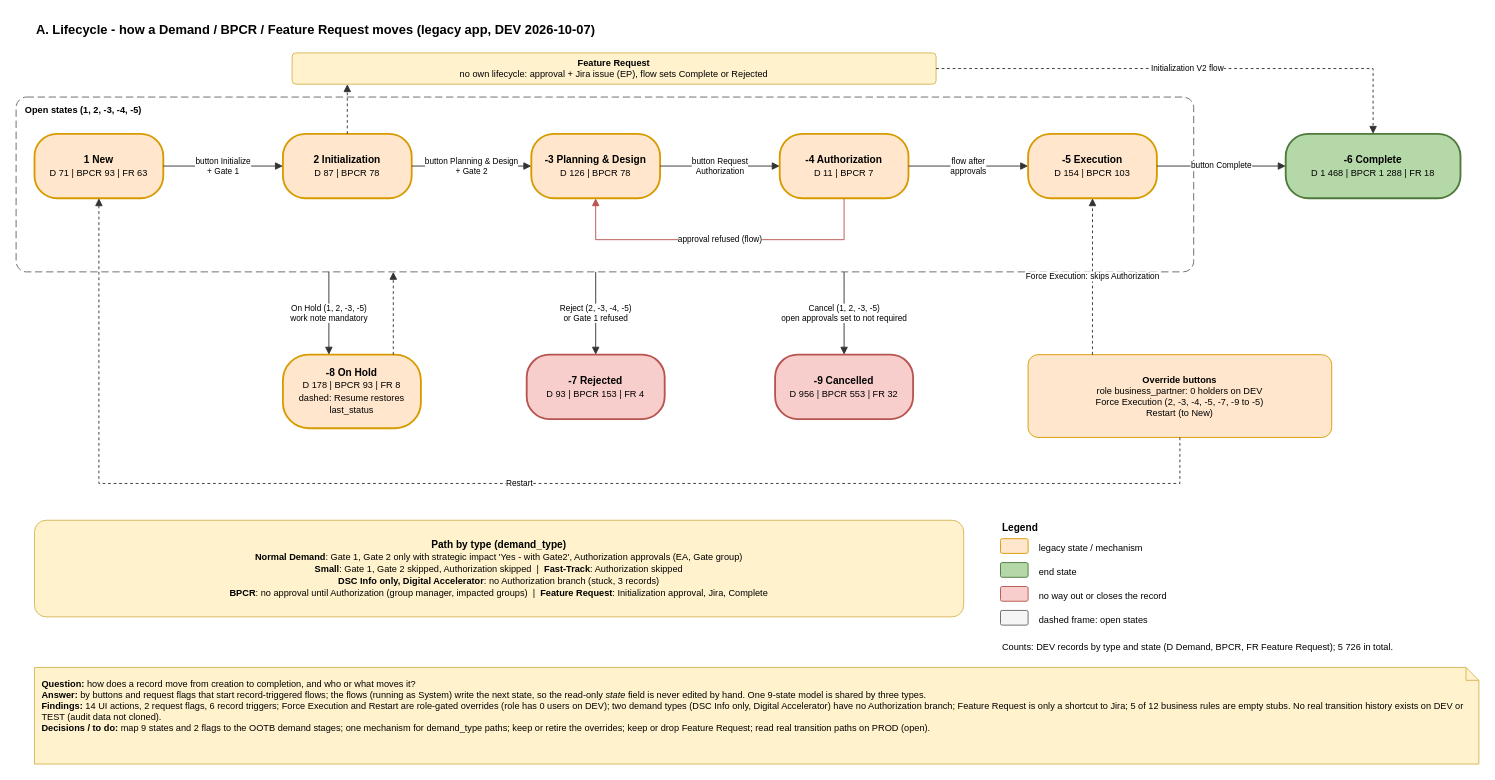
Earlier version of the draw.io diagram page "states" (2 of 3) of SarDm.drawio (algimas/tmp). Source tidied: cells renumbered, new cells numbered last; positions are measured from the earlier drawing's top-left corner, leaving out a move shared by most shapes. Both pictures are drawn from the tidied source at 92%, with x=0, y=0 at pixel (16, 16).
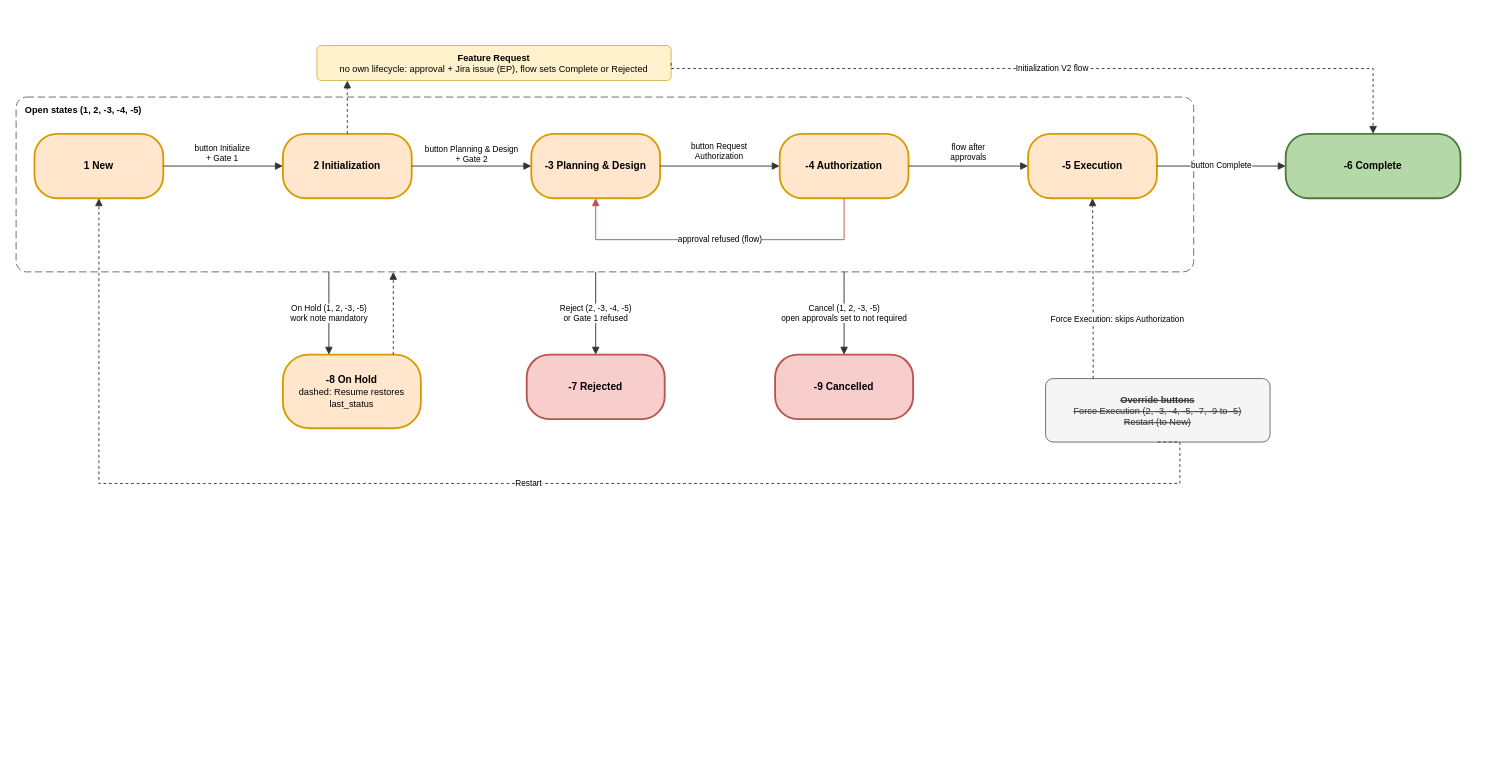
The same diagram, later.

What changed in the source:
```diff
@@
-    <mxCell id="2" value="&lt;b&gt;A. Lifecycle - how a Demand / BPCR / Feature Request moves (legacy app, DEV 2026-10-07)&lt;/b&gt;" style="text;html=1;whiteSpace=wrap;align=left;verticalAlign=top;fontSize=14;" parent="1" vertex="1">
-      <mxGeometry x="20" width="1500" height="24" as="geometry" />
-    </mxCell>
@@
-    <mxCell id="4" value="&lt;b&gt;1 New&lt;/b&gt;&lt;br&gt;&lt;font style='font-size:10px'&gt;D 71 | BPCR 93 | FR 63&lt;/font&gt;" style="rounded=1;arcSize=35;whiteSpace=wrap;html=1;fillColor=#ffe6cc;strokeColor=#d79b00;strokeWidth=2;fontSize=11;align=center;verticalAlign=middle;spacing=4;" parent="1" vertex="1">
+    <mxCell id="4" value="&lt;b&gt;1 New&lt;/b&gt;" style="rounded=1;arcSize=35;whiteSpace=wrap;html=1;fillColor=#ffe6cc;strokeColor=#d79b00;strokeWidth=2;fontSize=11;align=center;verticalAlign=middle;spacing=4;" parent="1" vertex="1">
       <mxGeometry x="20" y="128" width="140" height="70" as="geometry" />
     </mxCell>
-    <mxCell id="5" value="&lt;b&gt;2 Initialization&lt;/b&gt;&lt;br&gt;&lt;font style='font-size:10px'&gt;D 87 | BPCR 78&lt;/font&gt;" style="rounded=1;arcSize=35;whiteSpace=wrap;html=1;fillColor=#ffe6cc;strokeColor=#d79b00;strokeWidth=2;fontSize=11;align=center;verticalAlign=middle;spacing=4;" parent="1" vertex="1">
+    <mxCell id="5" value="&lt;b&gt;2 Initialization&lt;/b&gt;" style="rounded=1;arcSize=35;whiteSpace=wrap;html=1;fillColor=#ffe6cc;strokeColor=#d79b00;strokeWidth=2;fontSize=11;align=center;verticalAlign=middle;spacing=4;" parent="1" vertex="1">
       <mxGeometry x="290" y="128" width="140" height="70" as="geometry" />
     </mxCell>
-    <mxCell id="6" value="&lt;b&gt;-3 Planning &amp;amp; Design&lt;/b&gt;&lt;br&gt;&lt;font style='font-size:10px'&gt;D 126 | BPCR 78&lt;/font&gt;" style="rounded=1;arcSize=35;whiteSpace=wrap;html=1;fillColor=#ffe6cc;strokeColor=#d79b00;strokeWidth=2;fontSize=11;align=center;verticalAlign=middle;spacing=4;" parent="1" vertex="1">
+    <mxCell id="6" value="&lt;b&gt;-3 Planning &amp;amp; Design&lt;/b&gt;" style="rounded=1;arcSize=35;whiteSpace=wrap;html=1;fillColor=#ffe6cc;strokeColor=#d79b00;strokeWidth=2;fontSize=11;align=center;verticalAlign=middle;spacing=4;" parent="1" vertex="1">
       <mxGeometry x="560" y="128" width="140" height="70" as="geometry" />
     </mxCell>
-    <mxCell id="7" value="&lt;b&gt;-4 Authorization&lt;/b&gt;&lt;br&gt;&lt;font style='font-size:10px'&gt;D 11 | BPCR 7&lt;/font&gt;" style="rounded=1;arcSize=35;whiteSpace=wrap;html=1;fillColor=#ffe6cc;strokeColor=#d79b00;strokeWidth=2;fontSize=11;align=center;verticalAlign=middle;spacing=4;" parent="1" vertex="1">
+    <mxCell id="7" value="&lt;b&gt;-4 Authorization&lt;/b&gt;" style="rounded=1;arcSize=35;whiteSpace=wrap;html=1;fillColor=#ffe6cc;strokeColor=#d79b00;strokeWidth=2;fontSize=11;align=center;verticalAlign=middle;spacing=4;" parent="1" vertex="1">
       <mxGeometry x="830" y="128" width="140" height="70" as="geometry" />
     </mxCell>
-    <mxCell id="8" value="&lt;b&gt;-5 Execution&lt;/b&gt;&lt;br&gt;&lt;font style='font-size:10px'&gt;D 154 | BPCR 103&lt;/font&gt;" style="rounded=1;arcSize=35;whiteSpace=wrap;html=1;fillColor=#ffe6cc;strokeColor=#d79b00;strokeWidth=2;fontSize=11;align=center;verticalAlign=middle;spacing=4;" parent="1" vertex="1">
+    <mxCell id="8" value="&lt;b&gt;-5 Execution&lt;/b&gt;" style="rounded=1;arcSize=35;whiteSpace=wrap;html=1;fillColor=#ffe6cc;strokeColor=#d79b00;strokeWidth=2;fontSize=11;align=center;verticalAlign=middle;spacing=4;" parent="1" vertex="1">
       <mxGeometry x="1100" y="128" width="140" height="70" as="geometry" />
     </mxCell>
-    <mxCell id="9" value="&lt;b&gt;-6 Complete&lt;/b&gt;&lt;br&gt;&lt;font style='font-size:10px'&gt;D 1 468 | BPCR 1 288 | FR 18&lt;/font&gt;" style="rounded=1;arcSize=35;whiteSpace=wrap;html=1;fillColor=#b5d8a8;strokeColor=#4d7a3a;strokeWidth=2;fontSize=11;align=center;verticalAlign=middle;spacing=4;" parent="1" vertex="1">
+    <mxCell id="9" value="&lt;b&gt;-6 Complete&lt;/b&gt;" style="rounded=1;arcSize=35;whiteSpace=wrap;html=1;fillColor=#b5d8a8;strokeColor=#4d7a3a;strokeWidth=2;fontSize=11;align=center;verticalAlign=middle;spacing=4;" parent="1" vertex="1">
       <mxGeometry x="1380" y="128" width="190" height="70" as="geometry" />
     </mxCell>
     <mxCell id="10" value="&lt;b&gt;Feature Request&lt;/b&gt;&lt;br&gt;&lt;font style='font-size:10px'&gt;no own lifecycle: approval + Jira issue (EP), flow sets Complete or Rejected&lt;/font&gt;" style="rounded=1;arcSize=12;whiteSpace=wrap;html=1;fillColor=#fff2cc;strokeColor=#d6b656;fontSize=10;align=center;verticalAlign=middle;spacing=4;" parent="1" vertex="1">
-      <mxGeometry x="300" y="40" width="700" height="34" as="geometry" />
+      <mxGeometry x="327" y="32" width="385" height="38" as="geometry" />
     </mxCell>
-    <mxCell id="11" value="&lt;b&gt;-8 On Hold&lt;/b&gt;&lt;br&gt;&lt;font style='font-size:10px'&gt;D 178 | BPCR 93 | FR 8&lt;br&gt;dashed: Resume restores last_status&lt;/font&gt;" style="rounded=1;arcSize=35;whiteSpace=wrap;html=1;fillColor=#ffe6cc;strokeColor=#d79b00;strokeWidth=2;fontSize=11;align=center;verticalAlign=middle;spacing=4;" parent="1" vertex="1">
+    <mxCell id="11" value="&lt;b&gt;-8 On Hold&lt;/b&gt;&lt;font style=&quot;font-size:10px&quot;&gt;&lt;br&gt;dashed: Resume restores last_status&lt;/font&gt;" style="rounded=1;arcSize=35;whiteSpace=wrap;html=1;fillColor=#ffe6cc;strokeColor=#d79b00;strokeWidth=2;fontSize=11;align=center;verticalAlign=middle;spacing=4;" parent="1" vertex="1">
       <mxGeometry x="290" y="368" width="150" height="80" as="geometry" />
     </mxCell>
-    <mxCell id="12" value="&lt;b&gt;-7 Rejected&lt;/b&gt;&lt;br&gt;&lt;font style='font-size:10px'&gt;D 93 | BPCR 153 | FR 4&lt;/font&gt;" style="rounded=1;arcSize=35;whiteSpace=wrap;html=1;fillColor=#f8cecc;strokeColor=#b85450;strokeWidth=2;fontSize=11;align=center;verticalAlign=middle;spacing=4;" parent="1" vertex="1">
+    <mxCell id="12" value="&lt;b&gt;-7 Rejected&lt;/b&gt;" style="rounded=1;arcSize=35;whiteSpace=wrap;html=1;fillColor=#f8cecc;strokeColor=#b85450;strokeWidth=2;fontSize=11;align=center;verticalAlign=middle;spacing=4;" parent="1" vertex="1">
       <mxGeometry x="555" y="368" width="150" height="70" as="geometry" />
     </mxCell>
-    <mxCell id="13" value="&lt;b&gt;-9 Cancelled&lt;/b&gt;&lt;br&gt;&lt;font style='font-size:10px'&gt;D 956 | BPCR 553 | FR 32&lt;/font&gt;" style="rounded=1;arcSize=35;whiteSpace=wrap;html=1;fillColor=#f8cecc;strokeColor=#b85450;strokeWidth=2;fontSize=11;align=center;verticalAlign=middle;spacing=4;" parent="1" vertex="1">
+    <mxCell id="13" value="&lt;b&gt;-9 Cancelled&lt;/b&gt;" style="rounded=1;arcSize=35;whiteSpace=wrap;html=1;fillColor=#f8cecc;strokeColor=#b85450;strokeWidth=2;fontSize=11;align=center;verticalAlign=middle;spacing=4;" parent="1" vertex="1">
       <mxGeometry x="825" y="368" width="150" height="70" as="geometry" />
     </mxCell>
-    <mxCell id="14" value="&lt;b&gt;Override buttons&lt;/b&gt;&lt;br&gt;&lt;font style='font-size:10px'&gt;role business_partner: 0 holders on DEV&lt;br&gt;Force Execution (2, -3, -4, -5, -7, -9 to -5)&lt;br&gt;Restart (to New)&lt;/font&gt;" style="rounded=1;arcSize=12;whiteSpace=wrap;html=1;fillColor=#ffe6cc;strokeColor=#d79b00;fontSize=10;align=center;verticalAlign=middle;spacing=4;" parent="1" vertex="1">
-      <mxGeometry x="1100" y="368" width="330" height="90" as="geometry" />
+    <mxCell id="14" value="&lt;strike&gt;&lt;b&gt;Override buttons&lt;/b&gt;&lt;font style=&quot;font-size:10px&quot;&gt;&lt;br&gt;Force Execution (2, -3, -4, -5, -7, -9 to -5)&lt;br&gt;Restart (to New)&lt;/font&gt;&lt;/strike&gt;" style="rounded=1;arcSize=12;whiteSpace=wrap;html=1;fillColor=#f5f5f5;strokeColor=#666666;fontSize=10;align=center;verticalAlign=middle;spacing=4;fontColor=#333333;" parent="1" vertex="1">
+      <mxGeometry x="1119" y="394" width="244" height="69" as="geometry" />
     </mxCell>
-    <mxCell id="15" value="&lt;b&gt;Path by type (demand_type)&lt;/b&gt;&lt;br&gt;&lt;font style='font-size:10px'&gt;&lt;b&gt;Normal Demand&lt;/b&gt;: Gate 1, Gate 2 only with strategic impact 'Yes - with Gate2', Authorization approvals (EA, Gate group)&lt;br&gt;&lt;b&gt;Small&lt;/b&gt;: Gate 1, Gate 2 skipped, Authorization skipped &amp;nbsp;|&amp;nbsp; &lt;b&gt;Fast-Track&lt;/b&gt;: Authorization skipped&lt;br&gt;&lt;b&gt;DSC Info only, Digital Accelerator&lt;/b&gt;: no Authorization branch (stuck, 3 records)&lt;br&gt;&lt;b&gt;BPCR&lt;/b&gt;: no approval until Authorization (group manager, impacted groups) &amp;nbsp;|&amp;nbsp; &lt;b&gt;Feature Request&lt;/b&gt;: Initialization approval, Jira, Complete&lt;/font&gt;" style="rounded=1;arcSize=12;whiteSpace=wrap;html=1;fillColor=#fff2cc;strokeColor=#d6b656;fontSize=11;align=center;verticalAlign=middle;spacing=4;" parent="1" vertex="1">
-      <mxGeometry x="20" y="548" width="1010" height="105" as="geometry" />
-    </mxCell>
-    <mxCell id="16" value="&lt;b&gt;Legend&lt;/b&gt;" style="text;html=1;whiteSpace=wrap;align=left;verticalAlign=top;fontSize=11;" parent="1" vertex="1">
-      <mxGeometry x="1070" y="543" width="200" height="18" as="geometry" />
-    </mxCell>
-    <mxCell id="17" style="rounded=1;arcSize=12;whiteSpace=wrap;html=1;fillColor=#ffe6cc;strokeColor=#d79b00;fontSize=11;align=center;verticalAlign=middle;spacing=4;" parent="1" vertex="1">
-      <mxGeometry x="1070" y="568" width="30" height="16" as="geometry" />
-    </mxCell>
-    <mxCell id="18" value="legacy state / mechanism" style="text;html=1;whiteSpace=wrap;align=left;verticalAlign=top;fontSize=10;" parent="1" vertex="1">
-      <mxGeometry x="1110" y="566" width="360" height="18" as="geometry" />
-    </mxCell>
-    <mxCell id="19" style="rounded=1;arcSize=12;whiteSpace=wrap;html=1;fillColor=#b5d8a8;strokeColor=#4d7a3a;fontSize=11;align=center;verticalAlign=middle;spacing=4;" parent="1" vertex="1">
-      <mxGeometry x="1070" y="594" width="30" height="16" as="geometry" />
-    </mxCell>
-    <mxCell id="20" value="end state" style="text;html=1;whiteSpace=wrap;align=left;verticalAlign=top;fontSize=10;" parent="1" vertex="1">
-      <mxGeometry x="1110" y="592" width="360" height="18" as="geometry" />
-    </mxCell>
-    <mxCell id="21" style="rounded=1;arcSize=12;whiteSpace=wrap;html=1;fillColor=#f8cecc;strokeColor=#b85450;fontSize=11;align=center;verticalAlign=middle;spacing=4;" parent="1" vertex="1">
-      <mxGeometry x="1070" y="620" width="30" height="16" as="geometry" />
-    </mxCell>
-    <mxCell id="22" value="no way out or closes the record" style="text;html=1;whiteSpace=wrap;align=left;verticalAlign=top;fontSize=10;" parent="1" vertex="1">
-      <mxGeometry x="1110" y="618" width="360" height="18" as="geometry" />
-    </mxCell>
-    <mxCell id="23" style="rounded=1;arcSize=12;whiteSpace=wrap;html=1;fillColor=#f5f5f5;strokeColor=#666666;fontSize=11;align=center;verticalAlign=middle;spacing=4;" parent="1" vertex="1">
-      <mxGeometry x="1070" y="646" width="30" height="16" as="geometry" />
-    </mxCell>
-    <mxCell id="24" value="dashed frame: open states" style="text;html=1;whiteSpace=wrap;align=left;verticalAlign=top;fontSize=10;" parent="1" vertex="1">
-      <mxGeometry x="1110" y="644" width="360" height="18" as="geometry" />
-    </mxCell>
-    <mxCell id="25" value="Counts: DEV records by type and state (D Demand, BPCR, FR Feature Request); 5 726 in total." style="text;html=1;whiteSpace=wrap;align=left;verticalAlign=top;fontSize=10;" parent="1" vertex="1">
-      <mxGeometry x="1070" y="674" width="520" height="18" as="geometry" />
-    </mxCell>
-    <mxCell id="26" value="&lt;b&gt;Question:&lt;/b&gt; how does a record move from creation to completion, and who or what moves it?&lt;br&gt;&lt;b&gt;Answer:&lt;/b&gt; by buttons and request flags that start record-triggered flows; the flows (running as System) write the next state, so the read-only &lt;i&gt;state&lt;/i&gt; field is never edited by hand. One 9-state model is shared by three types.&lt;br&gt;&lt;b&gt;Findings:&lt;/b&gt; 14 UI actions, 2 request flags, 6 record triggers; Force Execution and Restart are role-gated overrides (role has 0 users on DEV); two demand types (DSC Info only, Digital Accelerator) have no Authorization branch; Feature Request is only a shortcut to Jira; 5 of 12 business rules are empty stubs. No real transition history exists on DEV or TEST (audit data not cloned).&lt;br&gt;&lt;b&gt;Decisions / to do:&lt;/b&gt; map 9 states and 2 flags to the OOTB demand stages; one mechanism for demand_type paths; keep or retire the overrides; keep or drop Feature Request; read real transition paths on PROD (open)." style="shape=note;whiteSpace=wrap;html=1;size=14;fillColor=#fff2cc;strokeColor=#d6b656;align=left;verticalAlign=top;spacing=8;fontSize=10;" parent="1" vertex="1">
-      <mxGeometry x="20" y="708" width="1570" height="105" as="geometry" />
-    </mxCell>
     <mxCell id="27" value="button Initialize&lt;br&gt;+ Gate 1" style="edgeStyle=orthogonalEdgeStyle;rounded=0;html=1;fontSize=9;labelBackgroundColor=#ffffff;strokeColor=#333333;endArrow=block;endFill=1;" parent="1" edge="1" source="4" target="5">
-      <mxGeometry relative="1" as="geometry" />
+      <mxGeometry x="-0.02" y="14" relative="1" as="geometry" />
     </mxCell>
     <mxCell id="28" value="button Planning &amp;amp; Design&lt;br&gt;+ Gate 2" style="edgeStyle=orthogonalEdgeStyle;rounded=0;html=1;fontSize=9;labelBackgroundColor=#ffffff;strokeColor=#333333;endArrow=block;endFill=1;" parent="1" edge="1" source="5" target="6">
-      <mxGeometry relative="1" as="geometry" />
+      <mxGeometry y="13" relative="1" as="geometry" />
     </mxCell>
     <mxCell id="29" value="button Request&lt;br&gt;Authorization" style="edgeStyle=orthogonalEdgeStyle;rounded=0;html=1;fontSize=9;labelBackgroundColor=#ffffff;strokeColor=#333333;endArrow=block;endFill=1;" parent="1" edge="1" source="6" target="7">
-      <mxGeometry relative="1" as="geometry" />
+      <mxGeometry x="-0.02" y="16" relative="1" as="geometry" />
     </mxCell>
     <mxCell id="30" value="flow after&lt;br&gt;approvals" style="edgeStyle=orthogonalEdgeStyle;rounded=0;html=1;fontSize=9;labelBackgroundColor=#ffffff;strokeColor=#333333;endArrow=block;endFill=1;" parent="1" edge="1" source="7" target="8">
-      <mxGeometry relative="1" as="geometry" />
+      <mxGeometry y="15" relative="1" as="geometry" />
     </mxCell>
@@
     <mxCell id="39" value="Force Execution: skips Authorization" style="edgeStyle=orthogonalEdgeStyle;rounded=0;html=1;fontSize=9;labelBackgroundColor=#ffffff;strokeColor=#333333;endArrow=block;endFill=1;dashed=1;exitX=0.212;exitY=0;exitDx=0;exitDy=0;entryX=0.5;entryY=1;entryDx=0;entryDy=0;" parent="1" edge="1" source="14" target="8">
-      <mxGeometry relative="1" as="geometry" />
+      <mxGeometry x="-0.35" y="-26" relative="1" as="geometry" />
     </mxCell>
```
